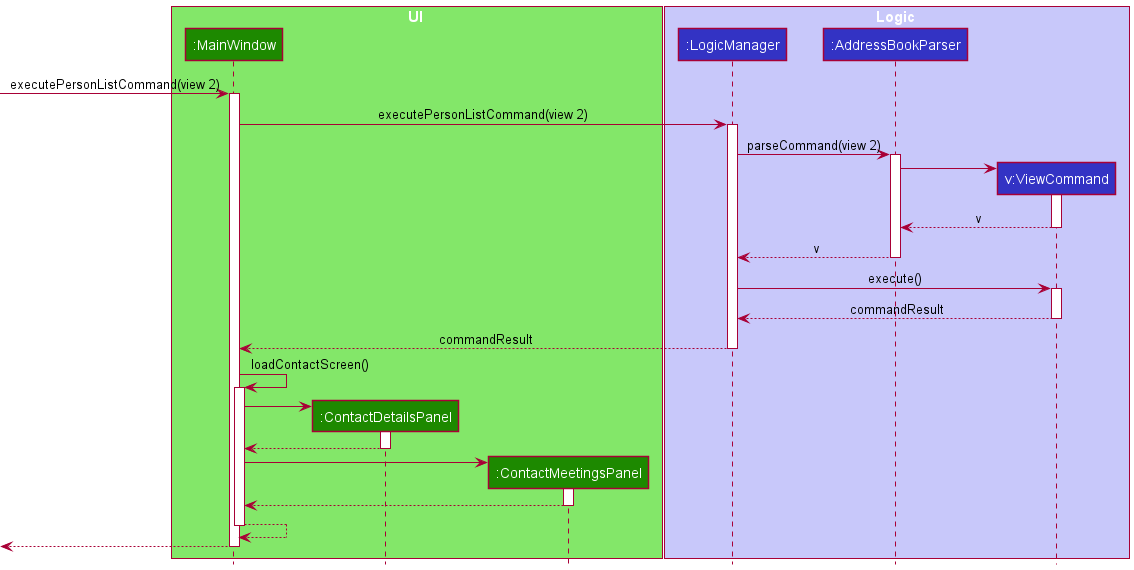
Earlier version of the PlantUML export docs/images/ViewCommandSequenceDiagram.png (tonishka/tp). Its diagram source:
```plantuml
@startuml
!include Style.puml

box UI UI_COLOR_T1
participant ":MainWindow" as MainWindow UI_COLOR
participant ":ContactDetailsPanel" as ContactDetailsPanel UI_COLOR
participant ":ContactMeetingsPanel" as ContactMeetingsPanel UI_COLOR
end box

box Logic LOGIC_COLOR_T1
participant ":LogicManager" as LogicManager LOGIC_COLOR
participant ":AddressBookParser" as AddressBookParser LOGIC_COLOR
participant "v:ViewCommand" as ViewCommand LOGIC_COLOR
end box

-> MainWindow : executePersonListCommand(view 2)
activate MainWindow

MainWindow -> LogicManager:executePersonListCommand(view 2)
activate LogicManager

LogicManager -> AddressBookParser : parseCommand(view 2)
activate AddressBookParser

create ViewCommand
AddressBookParser -> ViewCommand
activate ViewCommand

ViewCommand --> AddressBookParser : v
deactivate ViewCommand

AddressBookParser --> LogicManager : v
deactivate AddressBookParser

LogicManager -> ViewCommand : execute()
activate ViewCommand

ViewCommand --> LogicManager : commandResult
deactivate ViewCommand

LogicManager --> MainWindow : commandResult
deactivate LogicManager

MainWindow -> MainWindow : loadContactScreen()
activate MainWindow

create ContactDetailsPanel
MainWindow -> ContactDetailsPanel
activate ContactDetailsPanel

ContactDetailsPanel --> MainWindow
deactivate ContactDetailsPanel

create ContactMeetingsPanel
MainWindow -> ContactMeetingsPanel
activate ContactMeetingsPanel

ContactMeetingsPanel --> MainWindow
deactivate ContactMeetingsPanel

MainWindow --> MainWindow
deactivate MainWindow

<-- MainWindow
deactivate MainWindow

@enduml
```
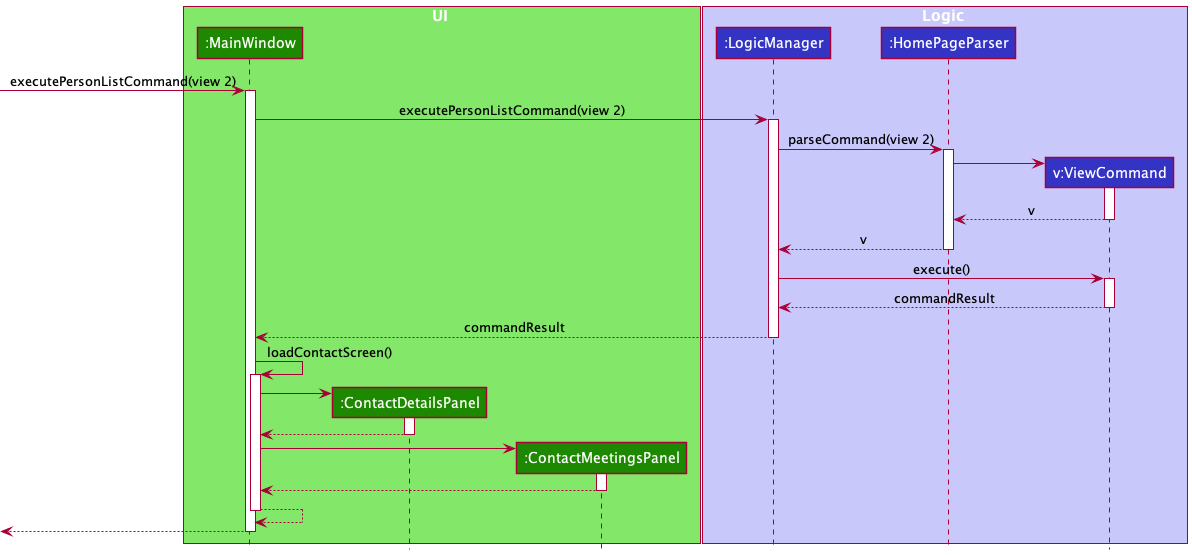
Above is the later version.

What changed in the source:
```diff
@@ -9,7 +9,7 @@
 
 box Logic LOGIC_COLOR_T1
 participant ":LogicManager" as LogicManager LOGIC_COLOR
-participant ":AddressBookParser" as AddressBookParser LOGIC_COLOR
+participant ":HomePageParser" as HomePageParser LOGIC_COLOR
 participant "v:ViewCommand" as ViewCommand LOGIC_COLOR
 end box
 
@@ -19,18 +19,18 @@
 MainWindow -> LogicManager:executePersonListCommand(view 2)
 activate LogicManager
 
-LogicManager -> AddressBookParser : parseCommand(view 2)
-activate AddressBookParser
+LogicManager -> HomePageParser : parseCommand(view 2)
+activate HomePageParser
 
 create ViewCommand
-AddressBookParser -> ViewCommand
+HomePageParser -> ViewCommand
 activate ViewCommand
 
-ViewCommand --> AddressBookParser : v
+ViewCommand --> HomePageParser : v
 deactivate ViewCommand
 
-AddressBookParser --> LogicManager : v
-deactivate AddressBookParser
+HomePageParser --> LogicManager : v
+deactivate HomePageParser
 
 LogicManager -> ViewCommand : execute()
 activate ViewCommand
```
